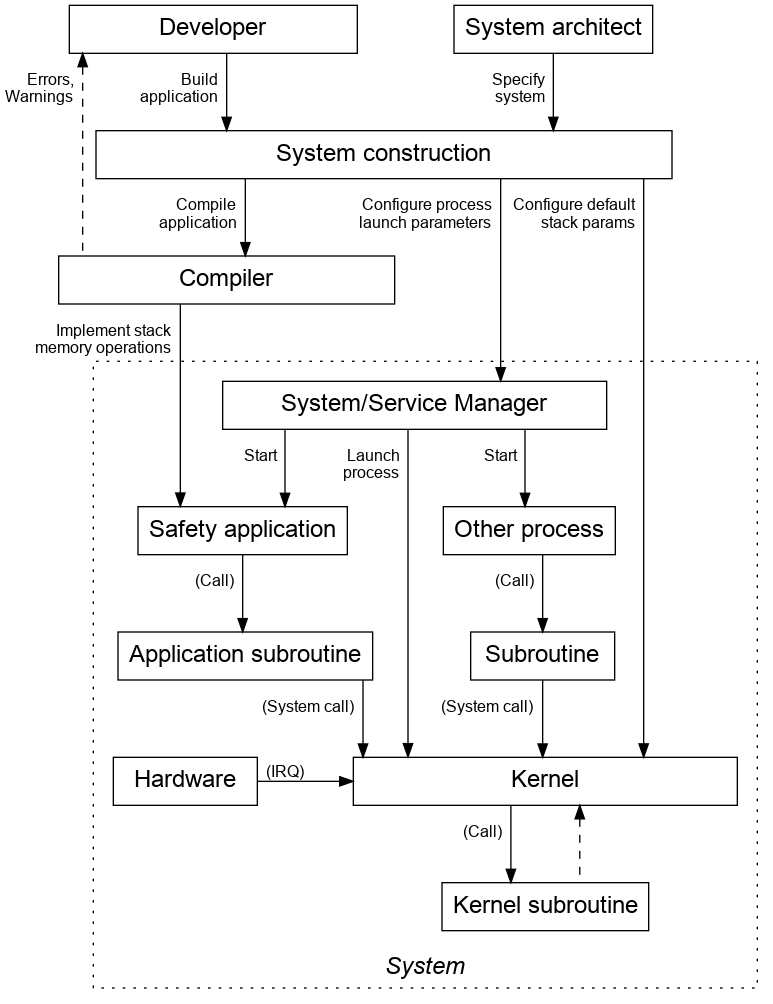
Before: stack-memory/control-structure.dot.png, a diagram exported from Graphviz (elisa-tech/wg-osep). Its source is kept beside it as stack-memory/control-structure.dot.
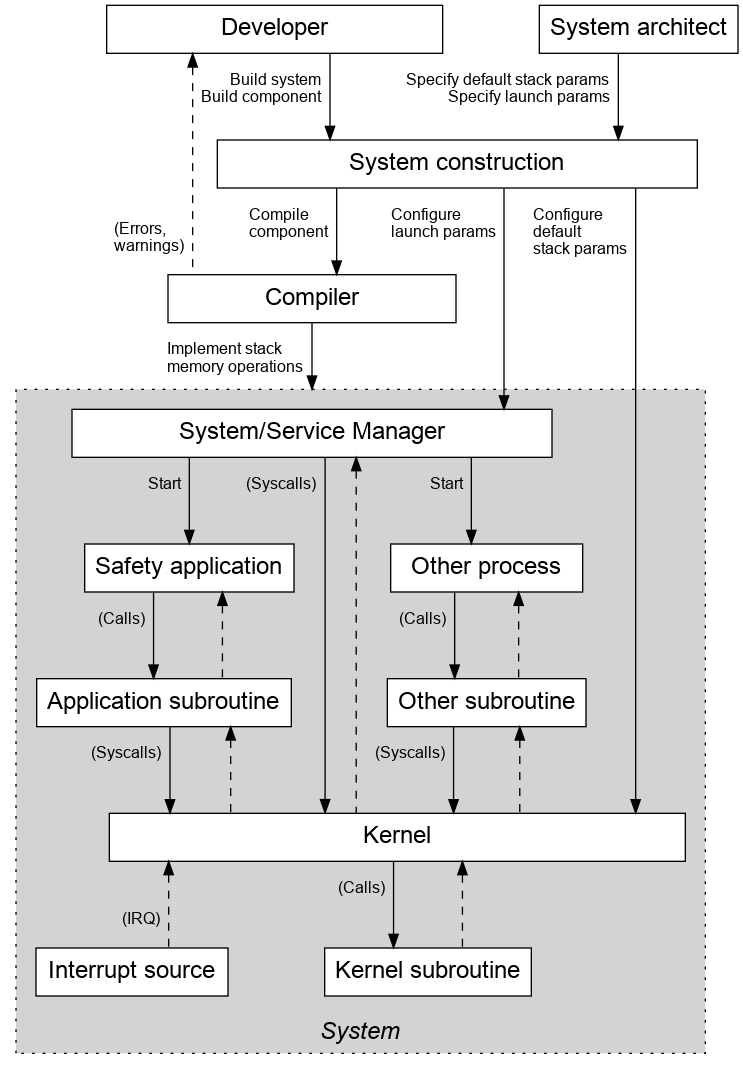
After the commit.

Commit message:
Revise control structure

- Add feedback
- Compiler CA applies to all comnponents
- Hardware is not only interrupt source
- Cosmetic improvements

Change to the diagram source:
```diff
@@ -1,48 +1,59 @@
 digraph G {
-node [shape=box width=1.5 height=0.5 fontname=arial fontsize=18]
-graph [splines=ortho ranksep=0.8 nodesep=1]
+node [shape=box width=2 height=0.5 fontname=arial fontsize=18
+      style=filled fillcolor=white]
+graph [splines=ortho ranksep=0.9 nodesep=1]
 edge [fontname=arial fontsize=12]
-layout=dot; overlap=false; ordering=out;
+layout=dot; overlap=false; compound=true;
 
 {rank=same
-    Developer [width=3]
+    Developer [width=3.5]
     Architect [label="System architect"] }
 
-Compiler [width=3.5]
-Build [label="System construction" width=6]
+Compiler [width=3]
+Build [label="System construction" width=5]
 
-subgraph cluster_0 { style=dotted margin=15
+subgraph cluster_0 { style=dotted margin=15 bgcolor=lightgrey
                      label=<<i>System</i>> labelloc=b
                      fontname="arial" fontsize=18
-    Manager [label="System/Service Manager" width=4]
+    Manager [label="System/Service Manager" width=5]
     { rank=same
         Application [label="Safety application"]
         Other [label="Other process"] }
     ASub [label="Application subroutine"]
-    TSub [label="Subroutine"]
-    { rank=same
-        Hardware
-        Kernel [width=4] }
+    TSub [label="Other subroutine"]
+    Interrupt [label="Interrupt source"]
+    Kernel [width=6]
     KSub [label="Kernel subroutine"]
     }
 
-Developer -> Build [taillabel="\rBuild  \rapplication  \r" weight=2]
-Developer -> Compiler [dir=back style=dashed taillabel="\rErrors,  \rWarnings  \r"]
-Architect -> Build [taillabel="\rSpecify  \rsystem  \r"]
-Build -> Manager [taillabel="\rConfigure process  \rlaunch parameters  \r"]
-Build-> Kernel [taillabel="\rConfigure default  \rstack params  \r"]
-Build -> Compiler [taillabel="\rCompile  \rapplication  \r" weight=3]
-Compiler -> Application [taillabel="\rImplement stack  \rmemory operations  \r"]
-Compiler -> Manager [style=invis]
+Developer -> Build [taillabel="\rBuild system  \rBuild component  \r" weight=2]
+Developer -> Compiler [dir=back style=dashed headlabel="\r(Errors,  \lwarnings)  \r\r"]
+Architect -> Build [taillabel="\rSpecify default stack params  \rSpecify launch params  \r"]
+
+Build -> Manager [taillabel="\rConfigure  \llaunch params  \r"]
+Build-> Kernel [taillabel="\rConfigure  \ldefault  \lstack params  \l"]
+Build -> Compiler [taillabel="\rCompile  \lcomponent  \r" weight=3]
+
+Compiler -> Manager [lhead=cluster_0 taillabel="\rImplement stack  \lmemory operations  \r"]
+
 Manager -> Application [taillabel="\rStart  \r" weight=4]
 Manager -> Other [taillabel="\rStart  \r"]
-Manager -> Kernel [taillabel="\rLaunch  \rprocess  \r"]
-Application -> ASub [taillabel="\r(Call)  \r"]
+Manager -> Kernel [taillabel="\r(Syscalls)  \r"]
+Manager -> Kernel [dir=back style=dashed]
 
-ASub -> Kernel [taillabel="\r(System call)  \r"]
-Other -> TSub [taillabel="\r(Call)  \r"]
-TSub -> Kernel [taillabel="\r(System call)  \r"]
-Kernel -> KSub [taillabel="\r(Call)  \r"]
+Application -> ASub [taillabel="\r(Calls)  \r"]
+Application -> ASub [dir=back style=dashed]
+
+ASub -> Kernel [taillabel="\r(Syscalls)  \r"]
+ASub -> Kernel [dir=back style=dashed]
+
+Other -> TSub [taillabel="\r(Calls)  \r"]
+Other -> TSub [dir=back style=dashed]
+
+TSub -> Kernel [taillabel="\r(Syscalls)  \r"]
+TSub -> Kernel [dir=back style=dashed]
+
+Kernel -> KSub [taillabel="\r(Calls)  \r"]
 Kernel -> KSub [dir=back style=dashed]
-Hardware -> Kernel[taillabel="\n  (IRQ)\n" ]
+Kernel-> Interrupt[dir=back style=dashed headlabel="\r(IRQ)  \r\r" ]
 }
```
